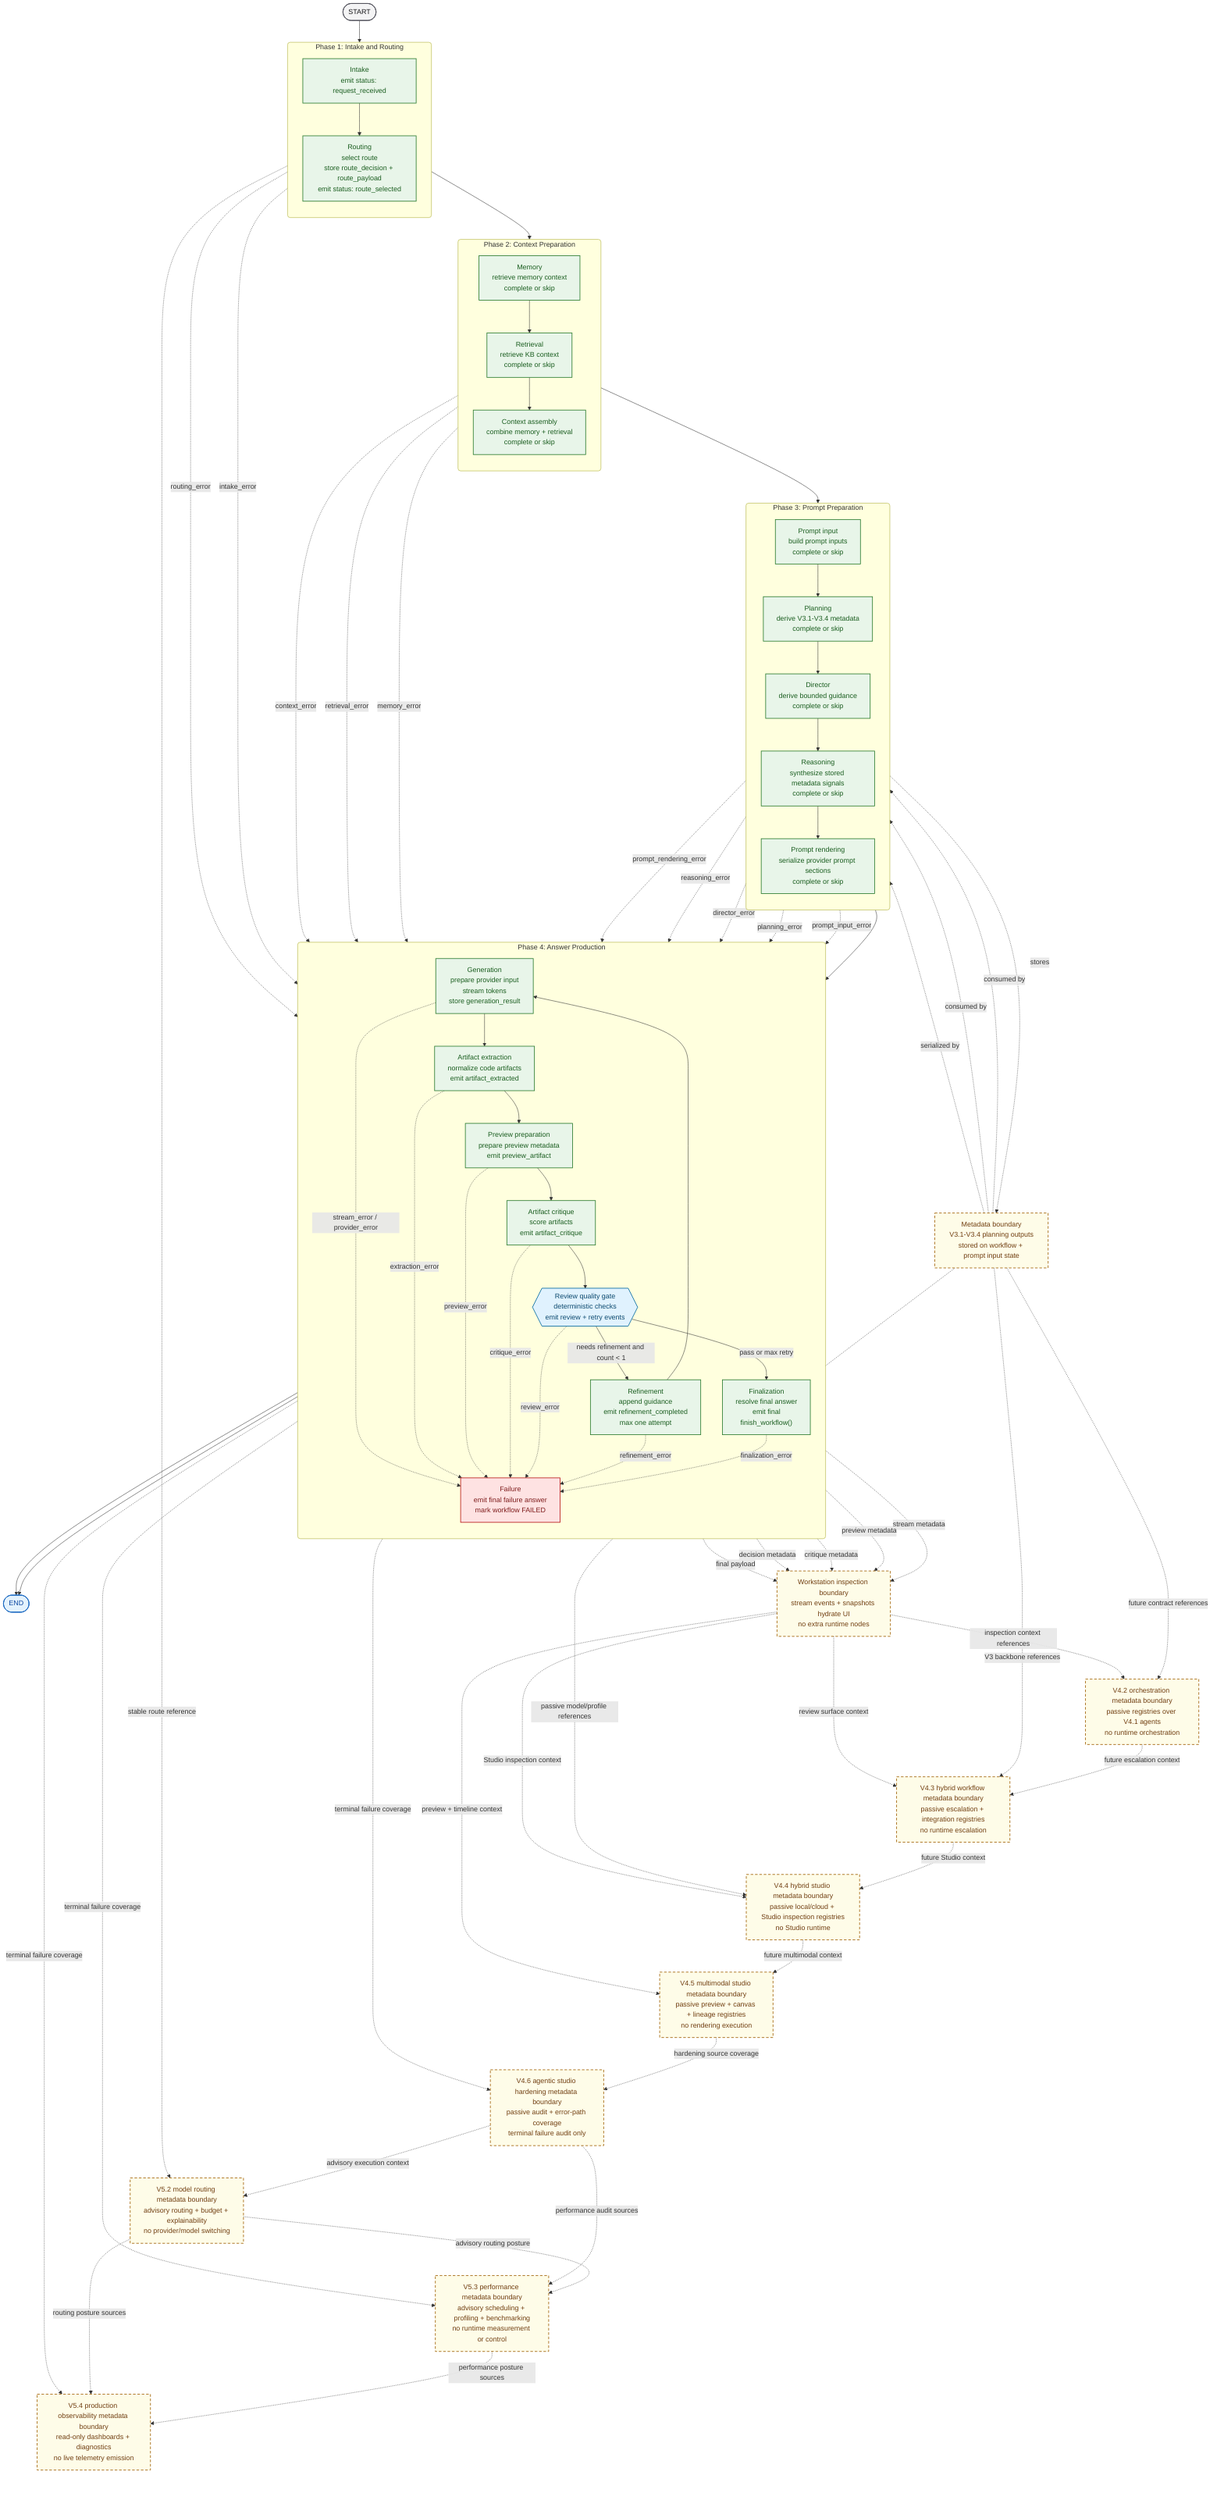
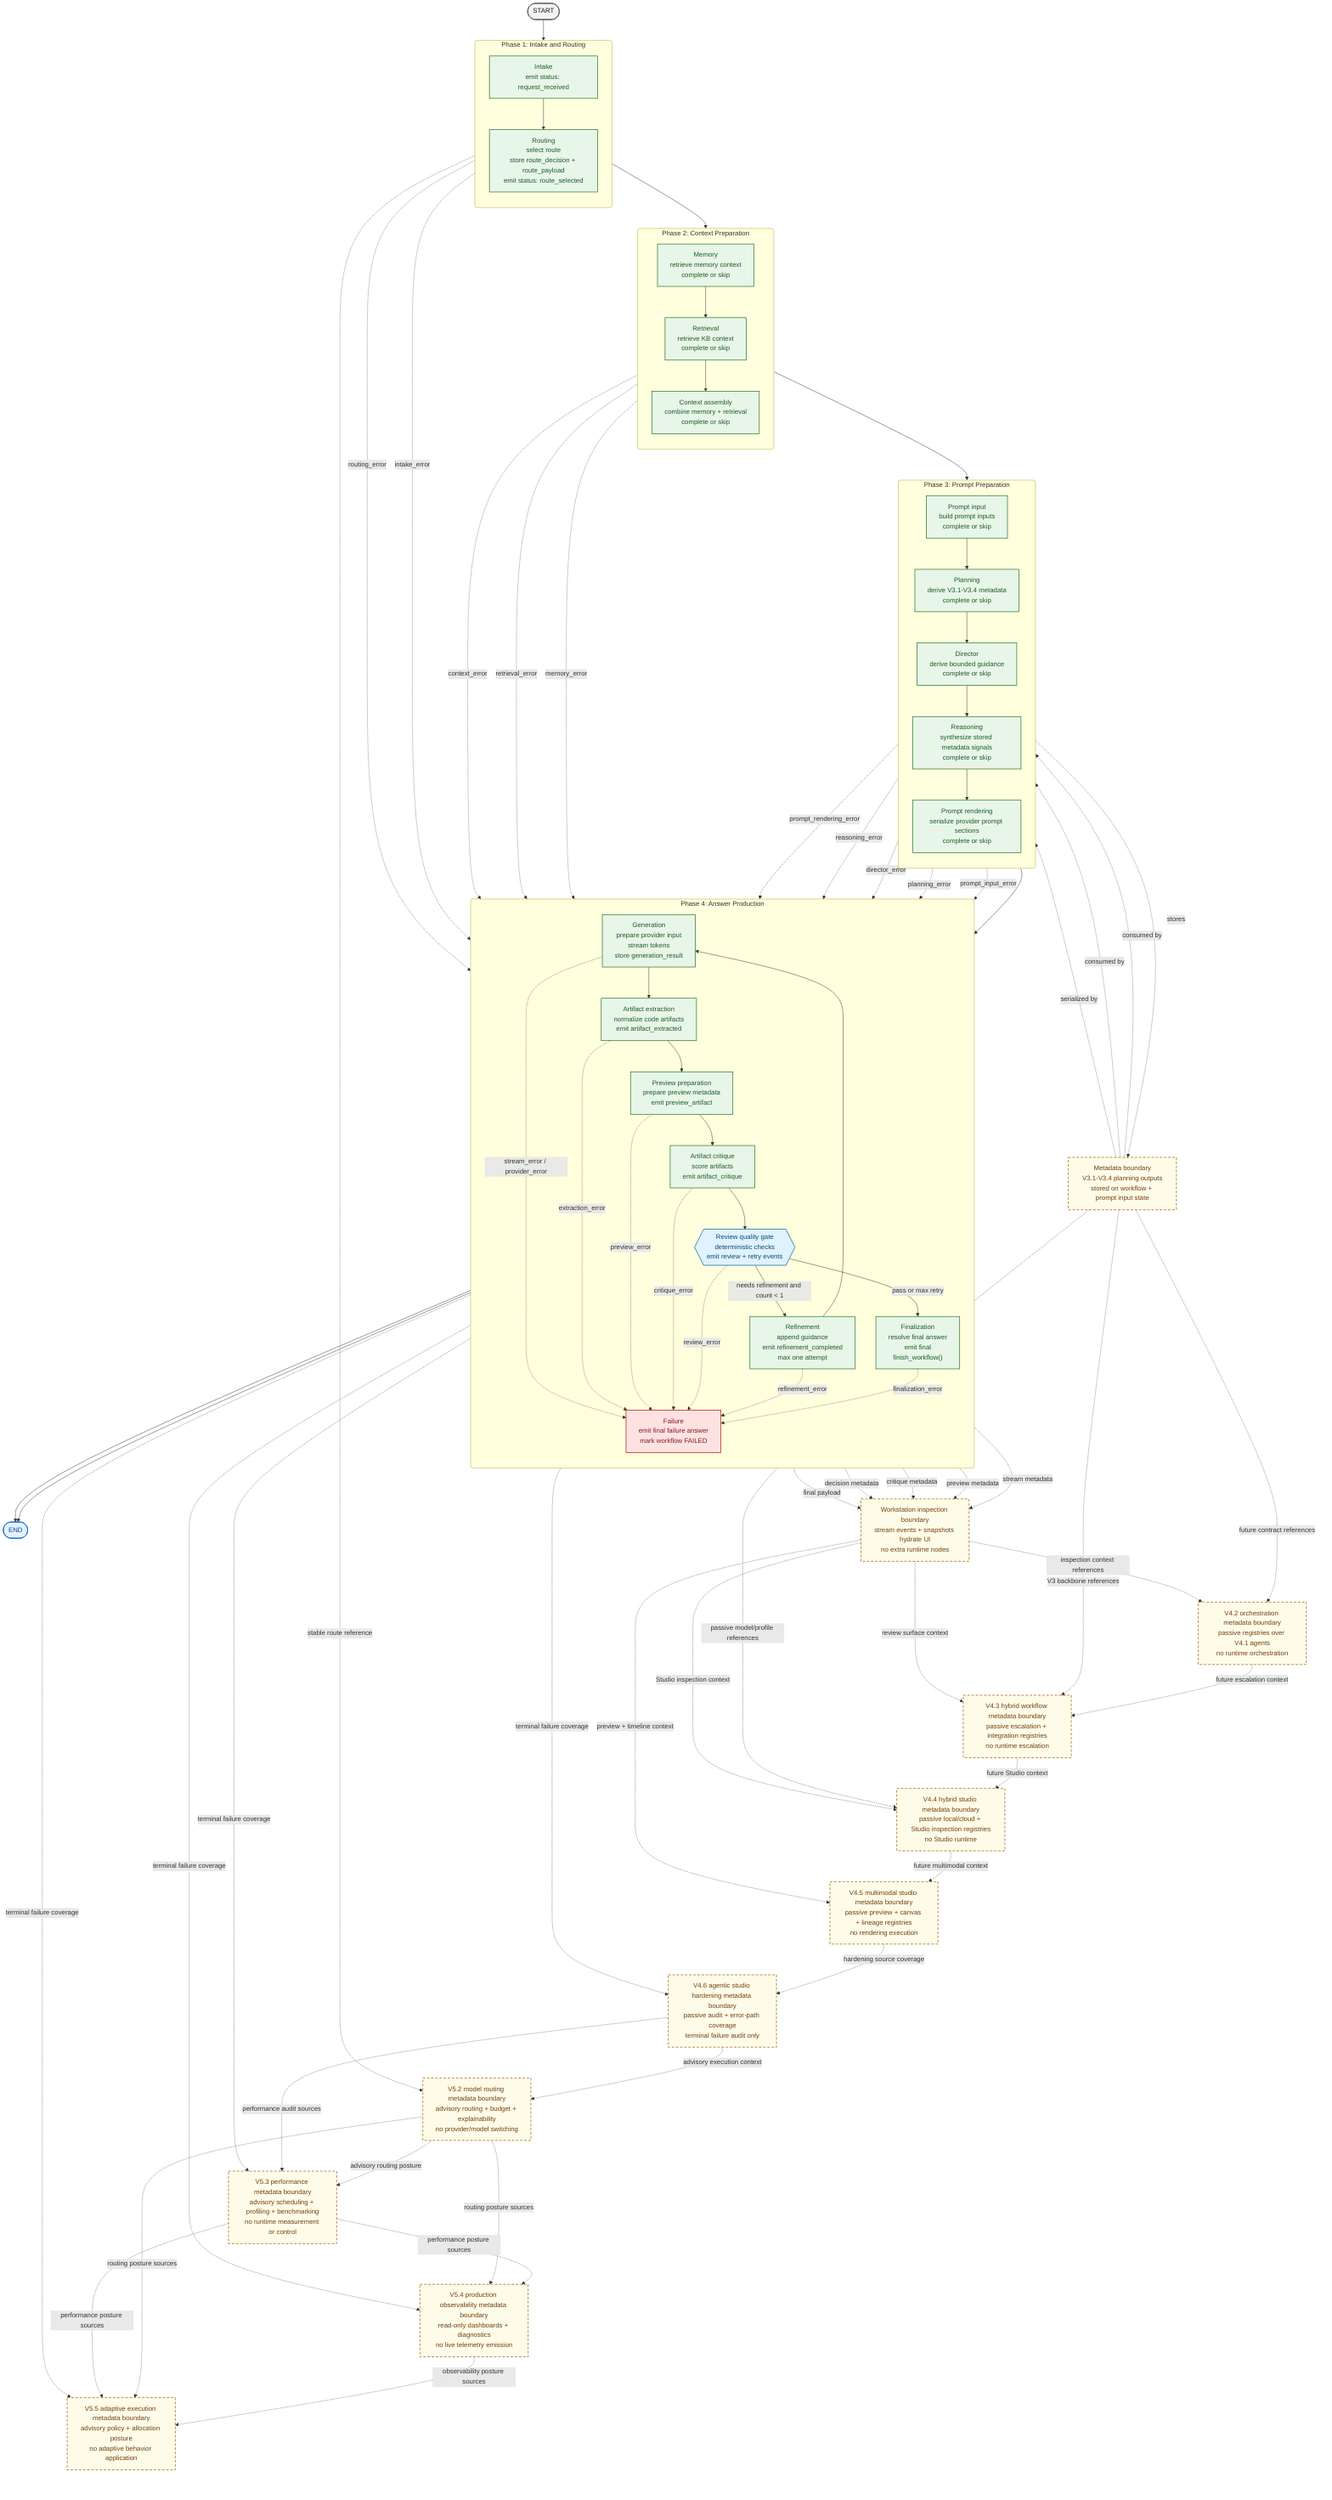
flowchart TB
    %% Class palette
    classDef boundary fill:#F4F4F5,stroke:#52525B,color:#18181B,stroke-width:1.5px;
    classDef implemented fill:#E8F5E9,stroke:#2E7D32,color:#1B5E20,stroke-width:1.5px;
    classDef gate fill:#E0F2FE,stroke:#0369A1,color:#0C4A6E,stroke-width:1.5px;
    classDef failure fill:#FEE2E2,stroke:#B91C1C,color:#7F1D1D,stroke-width:1.5px;
    classDef terminal fill:#E3F2FD,stroke:#1565C0,color:#0D47A1,stroke-width:1.5px;
    classDef relationship fill:#FEFCE8,stroke:#A16207,color:#713F12,stroke-width:1.5px,stroke-dasharray: 6 4;

    %% Terminal nodes
    start([START])
    finish([END])

    %% Runtime phases
    subgraph phase_1["Phase 1: Intake and Routing"]
        direction TB
        intake["Intake<br/>emit status: request_received"]
        routing["Routing<br/>select route<br/>store route_decision + route_payload<br/>emit status: route_selected"]
    end

    subgraph phase_2["Phase 2: Context Preparation"]
        direction TB
        memory["Memory<br/>retrieve memory context<br/>complete or skip"]
        retrieval["Retrieval<br/>retrieve KB context<br/>complete or skip"]
        context_assembly["Context assembly<br/>combine memory + retrieval<br/>complete or skip"]
    end

    subgraph phase_3["Phase 3: Prompt Preparation"]
        direction TB
        prompt_input["Prompt input<br/>build prompt inputs<br/>complete or skip"]
        planning["Planning<br/>derive V3.1-V3.4 metadata<br/>complete or skip"]
        director["Director<br/>derive bounded guidance<br/>complete or skip"]
        reasoning["Reasoning<br/>synthesize stored metadata signals<br/>complete or skip"]
        prompt_rendering["Prompt rendering<br/>serialize provider prompt sections<br/>complete or skip"]
    end

    subgraph phase_4["Phase 4: Answer Production"]
        direction TB
        generation["Generation<br/>prepare provider input<br/>stream tokens<br/>store generation_result"]
        artifact_extraction["Artifact extraction<br/>normalize code artifacts<br/>emit artifact_extracted"]
        preview_preparation["Preview preparation<br/>prepare preview metadata<br/>emit preview_artifact"]
        artifact_critique["Artifact critique<br/>score artifacts<br/>emit artifact_critique"]
        review{{"Review quality gate<br/>deterministic checks<br/>emit review + retry events"}}
        refinement["Refinement<br/>append guidance<br/>emit refinement_completed<br/>max one attempt"]
        finalization["Finalization<br/>resolve final answer<br/>emit final<br/>finish_workflow()"]
        failure["Failure<br/>emit final failure answer<br/>mark workflow FAILED"]
    end

    %% Documentation boundaries
    metadata_boundary["Metadata boundary<br/>V3.1-V3.4 planning outputs<br/>stored on workflow + prompt input state"]:::relationship
    workstation_boundary["Workstation inspection boundary<br/>stream events + snapshots hydrate UI<br/>no extra runtime nodes"]:::relationship
    orchestration_boundary["V4.2 orchestration metadata boundary<br/>passive registries over V4.1 agents<br/>no runtime orchestration"]:::relationship
    hybrid_workflow_boundary["V4.3 hybrid workflow metadata boundary<br/>passive escalation + integration registries<br/>no runtime escalation"]:::relationship
    hybrid_studio_boundary["V4.4 hybrid studio metadata boundary<br/>passive local/cloud + Studio inspection registries<br/>no Studio runtime"]:::relationship
    multimodal_studio_boundary["V4.5 multimodal studio metadata boundary<br/>passive preview + canvas + lineage registries<br/>no rendering execution"]:::relationship
    hardening_boundary["V4.6 agentic studio hardening metadata boundary<br/>passive audit + error-path coverage<br/>terminal failure audit only"]:::relationship
    model_routing_boundary["V5.2 model routing metadata boundary<br/>advisory routing + budget + explainability<br/>no provider/model switching"]:::relationship
    performance_boundary["V5.3 performance metadata boundary<br/>advisory scheduling + profiling + benchmarking<br/>no runtime measurement or control"]:::relationship
    observability_boundary["V5.4 production observability metadata boundary<br/>read-only dashboards + diagnostics<br/>no live telemetry emission"]:::relationship
+     adaptive_execution_boundary["V5.5 adaptive execution metadata boundary<br/>advisory policy + allocation posture<br/>no adaptive behavior application"]:::relationship

    %% Main success path
    start --> intake --> routing --> memory --> retrieval --> context_assembly --> prompt_input --> planning --> director --> reasoning --> prompt_rendering --> generation --> artifact_extraction --> preview_preparation --> artifact_critique --> review
    review -->|"pass or max retry"| finalization --> finish
    review -->|"needs refinement and count < 1"| refinement --> generation

    %% Metadata and inspection boundaries
    planning -. stores .-> metadata_boundary
    metadata_boundary -. consumed by .-> director
    metadata_boundary -. consumed by .-> reasoning
    metadata_boundary -. serialized by .-> prompt_rendering
    artifact_extraction -. stream metadata .-> workstation_boundary
    preview_preparation -. preview metadata .-> workstation_boundary
    artifact_critique -. critique metadata .-> workstation_boundary
    review -. decision metadata .-> workstation_boundary
    finalization -. final payload .-> workstation_boundary
    metadata_boundary -. future contract references .-> orchestration_boundary
    workstation_boundary -. inspection context references .-> orchestration_boundary
    orchestration_boundary -. future escalation context .-> hybrid_workflow_boundary
    metadata_boundary -. V3 backbone references .-> hybrid_workflow_boundary
    workstation_boundary -. review surface context .-> hybrid_workflow_boundary
    hybrid_workflow_boundary -. future Studio context .-> hybrid_studio_boundary
    metadata_boundary -. passive model/profile references .-> hybrid_studio_boundary
    workstation_boundary -. Studio inspection context .-> hybrid_studio_boundary
    hybrid_studio_boundary -. future multimodal context .-> multimodal_studio_boundary
    workstation_boundary -. preview + timeline context .-> multimodal_studio_boundary
    multimodal_studio_boundary -. hardening source coverage .-> hardening_boundary
    failure -. terminal failure coverage .-> hardening_boundary
    hardening_boundary -. advisory execution context .-> model_routing_boundary
    routing -. stable route reference .-> model_routing_boundary
    model_routing_boundary -. advisory routing posture .-> performance_boundary
    hardening_boundary -. performance audit sources .-> performance_boundary
    failure -. terminal failure coverage .-> performance_boundary
    performance_boundary -. performance posture sources .-> observability_boundary
    model_routing_boundary -. routing posture sources .-> observability_boundary
    failure -. terminal failure coverage .-> observability_boundary
+     observability_boundary -. observability posture sources .-> adaptive_execution_boundary
+     model_routing_boundary -. routing posture sources .-> adaptive_execution_boundary
+     performance_boundary -. performance posture sources .-> adaptive_execution_boundary
+     failure -. terminal failure coverage .-> adaptive_execution_boundary

    %% Failure paths
    intake -. intake_error .-> failure
    routing -. routing_error .-> failure
    memory -. memory_error .-> failure
    retrieval -. retrieval_error .-> failure
    context_assembly -. context_error .-> failure
    prompt_input -. prompt_input_error .-> failure
    planning -. planning_error .-> failure
    director -. director_error .-> failure
    reasoning -. reasoning_error .-> failure
    prompt_rendering -. prompt_rendering_error .-> failure
    generation -. stream_error / provider_error .-> failure
    artifact_extraction -. extraction_error .-> failure
    preview_preparation -. preview_error .-> failure
    artifact_critique -. critique_error .-> failure
    review -. review_error .-> failure
    refinement -. refinement_error .-> failure
    finalization -. finalization_error .-> failure
    failure --> finish

    %% Node classes
    class start boundary
    class finish terminal
    class intake,routing,memory,retrieval,context_assembly,prompt_input,planning,director,reasoning,prompt_rendering,generation,artifact_extraction,preview_preparation,artifact_critique,refinement,finalization implemented
    class review gate
    class failure failure
-     class metadata_boundary,workstation_boundary,orchestration_boundary,hybrid_workflow_boundary,hybrid_studio_boundary,multimodal_studio_boundary,hardening_boundary,model_routing_boundary,performance_boundary,observability_boundary relationship
+     class metadata_boundary,workstation_boundary,orchestration_boundary,hybrid_workflow_boundary,hybrid_studio_boundary,multimodal_studio_boundary,hardening_boundary,model_routing_boundary,performance_boundary,observability_boundary,adaptive_execution_boundary relationship

    %% Subgraph styling
    style phase_1 rx:6px,ry:6px
    style phase_2 rx:6px,ry:6px
    style phase_3 rx:6px,ry:6px
    style phase_4 rx:6px,ry:6px
